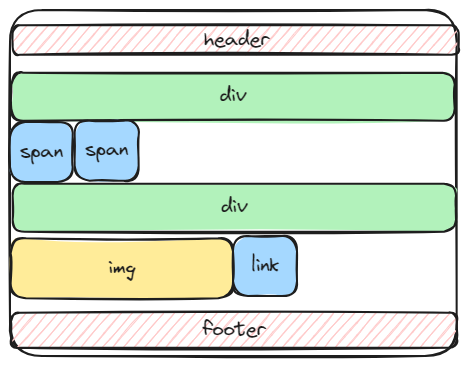
Earlier version of the Excalidraw export static/img/html-normal-flow.excalidraw.png (swaroopar/inprogress-engineer). Source tidied: one line per element, renumbered; positions are measured from the earlier drawing's top-left corner, leaving out a move shared by most shapes. Source of this version:
```json
{"id": 0, "type": "rectangle", "strokeColor": "#1e1e1e", "strokeWidth": 2, "roughness": 1, "round": true, "x": 0, "y": 0, "width": 447, "height": 346}
{"id": 1, "type": "rectangle", "strokeColor": "#1e1e1e", "backgroundColor": "#ffc9c9", "fillStyle": "hachure", "strokeWidth": 2, "roughness": 1, "round": true, "x": 3, "y": 15, "width": 446, "height": 29}
{"id": 2, "type": "text", "text": "header", "strokeColor": "#1e1e1e", "strokeWidth": 2, "roughness": 1, "fontSize": 20, "fontFamily": 1, "x": 194, "y": 18, "width": 65, "height": 25}
{"id": 3, "type": "rectangle", "strokeColor": "#1e1e1e", "backgroundColor": "#ffc9c9", "fillStyle": "hachure", "strokeWidth": 2, "roughness": 1, "round": true, "x": 1, "y": 303, "width": 446, "height": 35}
{"id": 4, "type": "text", "text": "footer", "strokeColor": "#1e1e1e", "strokeWidth": 2, "roughness": 1, "fontSize": 20, "fontFamily": 1, "textAlign": "center", "verticalAlign": "middle", "inside": 3, "x": 193, "y": 308, "width": 63, "height": 25}
{"id": 5, "type": "rectangle", "strokeColor": "#1e1e1e", "backgroundColor": "#b2f2bb", "fillStyle": "solid", "strokeWidth": 2, "roughness": 1, "round": true, "x": 1, "y": 63, "width": 443, "height": 48}
{"id": 6, "type": "text", "text": "div", "strokeColor": "#1e1e1e", "strokeWidth": 2, "roughness": 1, "fontSize": 20, "fontFamily": 1, "textAlign": "center", "verticalAlign": "middle", "inside": 5, "x": 210, "y": 74, "width": 26, "height": 25}
{"id": 7, "type": "rectangle", "strokeColor": "#1e1e1e", "backgroundColor": "#a5d8ff", "fillStyle": "solid", "strokeWidth": 2, "roughness": 1, "round": true, "x": 0, "y": 112, "width": 63, "height": 60}
{"id": 8, "type": "text", "text": "span", "strokeColor": "#1e1e1e", "strokeWidth": 2, "roughness": 1, "fontSize": 20, "fontFamily": 1, "textAlign": "center", "verticalAlign": "middle", "inside": 7, "x": 10, "y": 129, "width": 43, "height": 25}
{"id": 9, "type": "rectangle", "strokeColor": "#1e1e1e", "backgroundColor": "#a5d8ff", "fillStyle": "solid", "strokeWidth": 2, "roughness": 1, "round": true, "x": 65, "y": 111, "width": 64, "height": 60}
{"id": 10, "type": "text", "text": "span", "strokeColor": "#1e1e1e", "strokeWidth": 2, "roughness": 1, "fontSize": 20, "fontFamily": 1, "textAlign": "center", "verticalAlign": "middle", "inside": 9, "x": 75, "y": 128, "width": 43, "height": 25}
{"id": 11, "type": "rectangle", "strokeColor": "#1e1e1e", "backgroundColor": "#b2f2bb", "fillStyle": "solid", "strokeWidth": 2, "roughness": 1, "round": true, "x": 3, "y": 174, "width": 443, "height": 48}
{"id": 12, "type": "text", "text": "div", "strokeColor": "#1e1e1e", "strokeWidth": 2, "roughness": 1, "fontSize": 20, "fontFamily": 1, "textAlign": "center", "verticalAlign": "middle", "inside": 11, "x": 211, "y": 185, "width": 26, "height": 25}
{"id": 13, "type": "rectangle", "strokeColor": "#1e1e1e", "backgroundColor": "#ffec99", "fillStyle": "solid", "strokeWidth": 2, "roughness": 1, "round": true, "x": 1, "y": 228, "width": 223, "height": 60}
{"id": 14, "type": "text", "text": "img", "strokeColor": "#1e1e1e", "strokeWidth": 2, "roughness": 1, "fontSize": 20, "fontFamily": 1, "textAlign": "center", "verticalAlign": "middle", "inside": 13, "x": 98, "y": 246, "width": 27, "height": 25}
{"id": 15, "type": "rectangle", "strokeColor": "#1e1e1e", "backgroundColor": "#a5d8ff", "fillStyle": "solid", "strokeWidth": 2, "roughness": 1, "round": true, "x": 223, "y": 226, "width": 64, "height": 60}
{"id": 16, "type": "text", "text": "link", "strokeColor": "#1e1e1e", "strokeWidth": 2, "roughness": 1, "fontSize": 20, "fontFamily": 1, "textAlign": "center", "verticalAlign": "middle", "inside": 15, "x": 241, "y": 243, "width": 29, "height": 25}
```
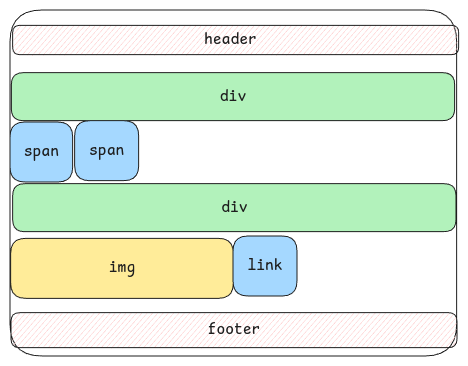
After the commit.

Diff of the diagram source:
```diff
@@ -1,17 +1,17 @@
-{"id": 0, "type": "rectangle", "strokeColor": "#1e1e1e", "strokeWidth": 2, "roughness": 1, "round": true, "x": 0, "y": 0, "width": 447, "height": 346}
+{"id": 0, "type": "rectangle", "strokeColor": "#1e1e1e", "strokeWidth": 1, "roughness": 0, "round": true, "x": 0, "y": 0, "width": 447, "height": 346}
-{"id": 1, "type": "rectangle", "strokeColor": "#1e1e1e", "backgroundColor": "#ffc9c9", "fillStyle": "hachure", "strokeWidth": 2, "roughness": 1, "round": true, "x": 3, "y": 15, "width": 446, "height": 29}
+{"id": 1, "type": "rectangle", "strokeColor": "#1e1e1e", "backgroundColor": "#ffc9c9", "fillStyle": "hachure", "strokeWidth": 1, "roughness": 0, "round": true, "x": 3, "y": 15, "width": 446, "height": 29}
-{"id": 2, "type": "text", "text": "header", "strokeColor": "#1e1e1e", "strokeWidth": 2, "roughness": 1, "fontSize": 20, "fontFamily": 1, "x": 194, "y": 18, "width": 65, "height": 25}
+{"id": 2, "type": "text", "text": "header", "strokeColor": "#1e1e1e", "strokeWidth": 1, "roughness": 0, "fontSize": 16, "fontFamily": 8, "x": 194, "y": 20, "width": 53, "height": 20}
-{"id": 3, "type": "rectangle", "strokeColor": "#1e1e1e", "backgroundColor": "#ffc9c9", "fillStyle": "hachure", "strokeWidth": 2, "roughness": 1, "round": true, "x": 1, "y": 303, "width": 446, "height": 35}
+{"id": 3, "type": "rectangle", "strokeColor": "#1e1e1e", "backgroundColor": "#ffc9c9", "fillStyle": "hachure", "strokeWidth": 1, "roughness": 0, "round": true, "x": 1, "y": 303, "width": 446, "height": 35}
-{"id": 4, "type": "text", "text": "footer", "strokeColor": "#1e1e1e", "strokeWidth": 2, "roughness": 1, "fontSize": 20, "fontFamily": 1, "textAlign": "center", "verticalAlign": "middle", "inside": 3, "x": 193, "y": 308, "width": 63, "height": 25}
+{"id": 4, "type": "text", "text": "footer", "strokeColor": "#1e1e1e", "strokeWidth": 2, "roughness": 1, "fontSize": 16, "fontFamily": 8, "textAlign": "center", "verticalAlign": "middle", "inside": 3, "x": 198, "y": 310, "width": 53, "height": 20}
-{"id": 5, "type": "rectangle", "strokeColor": "#1e1e1e", "backgroundColor": "#b2f2bb", "fillStyle": "solid", "strokeWidth": 2, "roughness": 1, "round": true, "x": 1, "y": 63, "width": 443, "height": 48}
+{"id": 5, "type": "rectangle", "strokeColor": "#1e1e1e", "backgroundColor": "#b2f2bb", "fillStyle": "solid", "strokeWidth": 1, "roughness": 0, "round": true, "x": 1, "y": 63, "width": 443, "height": 48}
-{"id": 6, "type": "text", "text": "div", "strokeColor": "#1e1e1e", "strokeWidth": 2, "roughness": 1, "fontSize": 20, "fontFamily": 1, "textAlign": "center", "verticalAlign": "middle", "inside": 5, "x": 210, "y": 74, "width": 26, "height": 25}
+{"id": 6, "type": "text", "text": "div", "strokeColor": "#1e1e1e", "strokeWidth": 2, "roughness": 1, "fontSize": 16, "fontFamily": 8, "textAlign": "center", "verticalAlign": "middle", "inside": 5, "x": 210, "y": 77, "width": 26, "height": 20}
-{"id": 7, "type": "rectangle", "strokeColor": "#1e1e1e", "backgroundColor": "#a5d8ff", "fillStyle": "solid", "strokeWidth": 2, "roughness": 1, "round": true, "x": 0, "y": 112, "width": 63, "height": 60}
+{"id": 7, "type": "rectangle", "strokeColor": "#1e1e1e", "backgroundColor": "#a5d8ff", "fillStyle": "solid", "strokeWidth": 1, "roughness": 0, "round": true, "x": 0, "y": 112, "width": 63, "height": 60}
-{"id": 8, "type": "text", "text": "span", "strokeColor": "#1e1e1e", "strokeWidth": 2, "roughness": 1, "fontSize": 20, "fontFamily": 1, "textAlign": "center", "verticalAlign": "middle", "inside": 7, "x": 10, "y": 129, "width": 43, "height": 25}
+{"id": 8, "type": "text", "text": "span", "strokeColor": "#1e1e1e", "strokeWidth": 2, "roughness": 1, "fontSize": 16, "fontFamily": 8, "textAlign": "center", "verticalAlign": "middle", "inside": 7, "x": 14, "y": 132, "width": 35, "height": 20}
-{"id": 9, "type": "rectangle", "strokeColor": "#1e1e1e", "backgroundColor": "#a5d8ff", "fillStyle": "solid", "strokeWidth": 2, "roughness": 1, "round": true, "x": 65, "y": 111, "width": 64, "height": 60}
+{"id": 9, "type": "rectangle", "strokeColor": "#1e1e1e", "backgroundColor": "#a5d8ff", "fillStyle": "solid", "strokeWidth": 1, "roughness": 0, "round": true, "x": 65, "y": 111, "width": 64, "height": 60}
-{"id": 10, "type": "text", "text": "span", "strokeColor": "#1e1e1e", "strokeWidth": 2, "roughness": 1, "fontSize": 20, "fontFamily": 1, "textAlign": "center", "verticalAlign": "middle", "inside": 9, "x": 75, "y": 128, "width": 43, "height": 25}
+{"id": 10, "type": "text", "text": "span", "strokeColor": "#1e1e1e", "strokeWidth": 2, "roughness": 1, "fontSize": 16, "fontFamily": 8, "textAlign": "center", "verticalAlign": "middle", "inside": 9, "x": 79, "y": 131, "width": 35, "height": 20}
-{"id": 11, "type": "rectangle", "strokeColor": "#1e1e1e", "backgroundColor": "#b2f2bb", "fillStyle": "solid", "strokeWidth": 2, "roughness": 1, "round": true, "x": 3, "y": 174, "width": 443, "height": 48}
+{"id": 11, "type": "rectangle", "strokeColor": "#1e1e1e", "backgroundColor": "#b2f2bb", "fillStyle": "solid", "strokeWidth": 1, "roughness": 0, "round": true, "x": 3, "y": 174, "width": 443, "height": 48}
-{"id": 12, "type": "text", "text": "div", "strokeColor": "#1e1e1e", "strokeWidth": 2, "roughness": 1, "fontSize": 20, "fontFamily": 1, "textAlign": "center", "verticalAlign": "middle", "inside": 11, "x": 211, "y": 185, "width": 26, "height": 25}
+{"id": 12, "type": "text", "text": "div", "strokeColor": "#1e1e1e", "strokeWidth": 2, "roughness": 1, "fontSize": 16, "fontFamily": 8, "textAlign": "center", "verticalAlign": "middle", "inside": 11, "x": 211, "y": 188, "width": 26, "height": 20}
-{"id": 13, "type": "rectangle", "strokeColor": "#1e1e1e", "backgroundColor": "#ffec99", "fillStyle": "solid", "strokeWidth": 2, "roughness": 1, "round": true, "x": 1, "y": 228, "width": 223, "height": 60}
+{"id": 13, "type": "rectangle", "strokeColor": "#1e1e1e", "backgroundColor": "#ffec99", "fillStyle": "solid", "strokeWidth": 1, "roughness": 0, "round": true, "x": 1, "y": 228, "width": 223, "height": 60}
-{"id": 14, "type": "text", "text": "img", "strokeColor": "#1e1e1e", "strokeWidth": 2, "roughness": 1, "fontSize": 20, "fontFamily": 1, "textAlign": "center", "verticalAlign": "middle", "inside": 13, "x": 98, "y": 246, "width": 27, "height": 25}
+{"id": 14, "type": "text", "text": "img", "strokeColor": "#1e1e1e", "strokeWidth": 2, "roughness": 1, "fontSize": 16, "fontFamily": 8, "textAlign": "center", "verticalAlign": "middle", "inside": 13, "x": 99, "y": 248, "width": 26, "height": 20}
-{"id": 15, "type": "rectangle", "strokeColor": "#1e1e1e", "backgroundColor": "#a5d8ff", "fillStyle": "solid", "strokeWidth": 2, "roughness": 1, "round": true, "x": 223, "y": 226, "width": 64, "height": 60}
+{"id": 15, "type": "rectangle", "strokeColor": "#1e1e1e", "backgroundColor": "#a5d8ff", "fillStyle": "solid", "strokeWidth": 1, "roughness": 0, "round": true, "x": 223, "y": 226, "width": 64, "height": 60}
-{"id": 16, "type": "text", "text": "link", "strokeColor": "#1e1e1e", "strokeWidth": 2, "roughness": 1, "fontSize": 20, "fontFamily": 1, "textAlign": "center", "verticalAlign": "middle", "inside": 15, "x": 241, "y": 243, "width": 29, "height": 25}
+{"id": 16, "type": "text", "text": "link", "strokeColor": "#1e1e1e", "strokeWidth": 2, "roughness": 1, "fontSize": 16, "fontFamily": 8, "textAlign": "center", "verticalAlign": "middle", "inside": 15, "x": 237, "y": 246, "width": 35, "height": 20}
```
